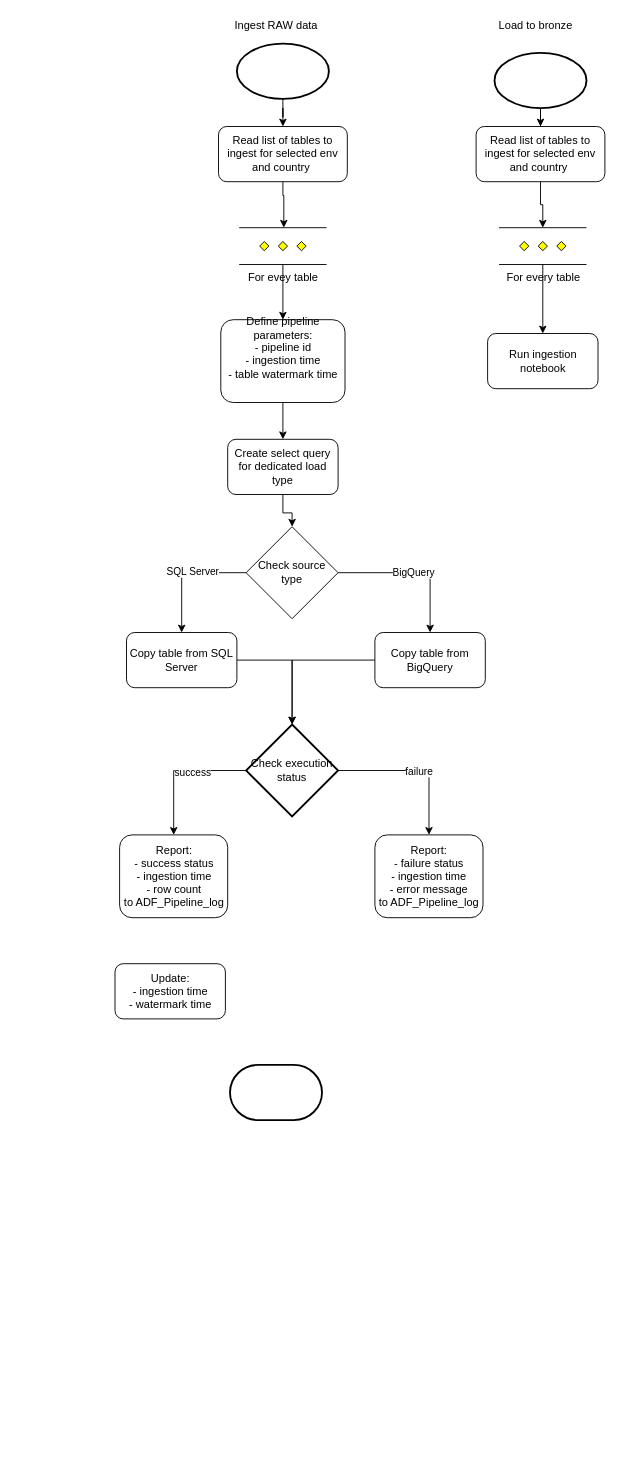
Above: ADF.drawio in norbitek/drawio (draw.io), before the change. Source tidied: cells renumbered, new cells numbered last; positions are measured from the earlier drawing's top-left corner, leaving out a move shared by most shapes. Both pictures are drawn from the tidied source at 92%, with x=0, y=0 at pixel (115, 16).
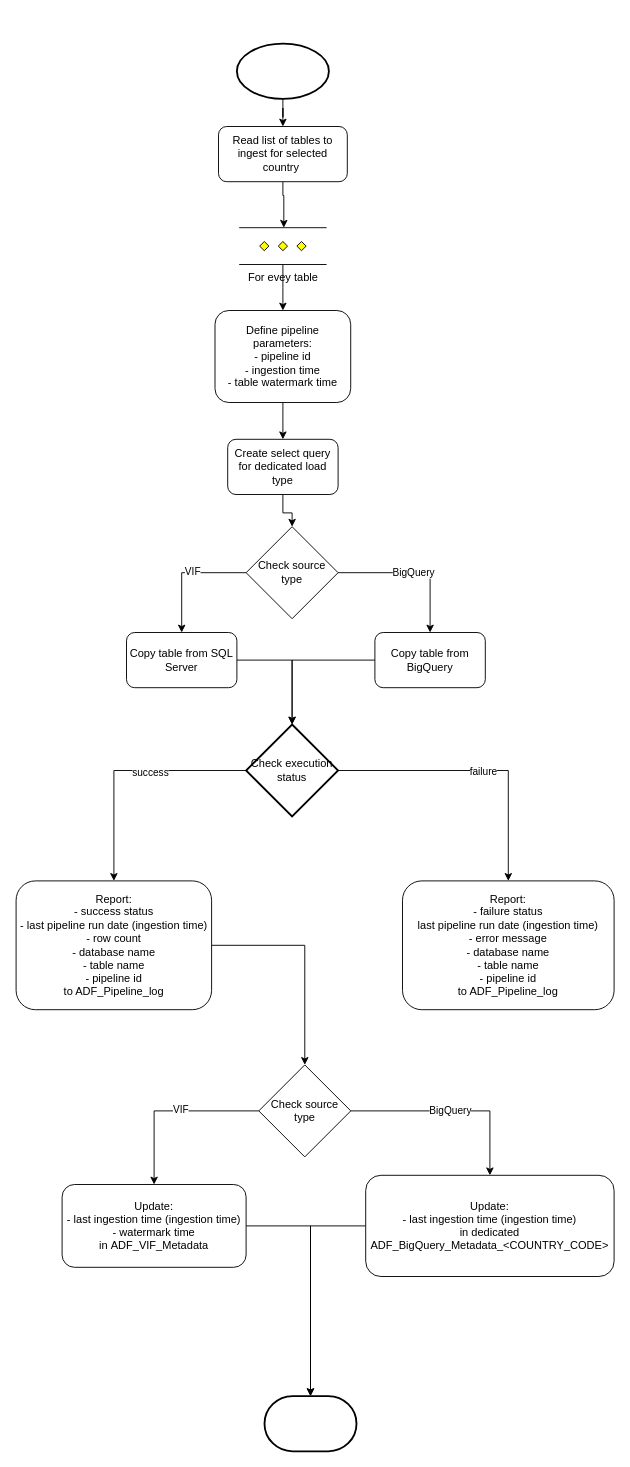
After the change.

Unchanged cells that the change refers to:
```xml
<mxCell id="10" style="edgeStyle=orthogonalEdgeStyle;rounded=0;jettySize=auto;html=1;" parent="1" edge="1" source="14" target="7">
  <mxGeometry relative="1" as="geometry" />
</mxCell>
```

Change to the diagram source:
```diff
@@
-    <mxCell id="3" value="Read list of tables to ingest for selected env and country&amp;nbsp;" style="rounded=1;whiteSpace=wrap;html=1;fontSize=12;glass=0;strokeWidth=1;shadow=0;" parent="1" vertex="1">
+    <mxCell id="3" value="Read list of tables to ingest for selected country&amp;nbsp;" style="rounded=1;whiteSpace=wrap;html=1;fontSize=12;glass=0;strokeWidth=1;shadow=0;" parent="1" vertex="1">
       <mxGeometry x="112" y="120" width="140" height="60" as="geometry" />
     </mxCell>
@@
-    <mxCell id="5" value="Define pipeline parameters:&lt;div&gt;- pipeline id&lt;/div&gt;&lt;div&gt;- ingestion time&lt;/div&gt;&lt;div&gt;- table watermark time&lt;/div&gt;&lt;div&gt;&lt;br&gt;&lt;div&gt;&lt;br&gt;&lt;/div&gt;&lt;/div&gt;" style="rounded=1;whiteSpace=wrap;html=1;" parent="1" vertex="1">
-      <mxGeometry x="114.5" y="330" width="135" height="90" as="geometry" />
+    <mxCell id="5" value="Define pipeline parameters:&lt;div&gt;- pipeline id&lt;/div&gt;&lt;div&gt;- ingestion time&lt;/div&gt;&lt;div&gt;- table watermark time&lt;/div&gt;" style="rounded=1;whiteSpace=wrap;html=1;verticalAlign=middle;" parent="1" vertex="1">
+      <mxGeometry x="108.2" y="320" width="147.5" height="100" as="geometry" />
     </mxCell>
@@
-    <mxCell id="11" value="SQL Server" style="edgeLabel;html=1;align=center;verticalAlign=middle;" parent="10" vertex="1">
+    <mxCell id="11" value="VIF" style="edgeLabel;html=1;align=center;verticalAlign=middle;" parent="10" vertex="1">
       <mxGeometry x="-0.12" y="-2" relative="1" as="geometry" />
     </mxCell>
@@
+    <mxCell id="39" style="edgeStyle=orthogonalEdgeStyle;rounded=0;jettySize=auto;html=1;" parent="1" edge="1" source="22" target="45">
+      <mxGeometry relative="1" as="geometry" />
+    </mxCell>
-    <mxCell id="22" value="Report:&lt;div&gt;- success status&lt;/div&gt;&lt;div&gt;- ingestion time&lt;/div&gt;&lt;div&gt;- row count&lt;/div&gt;&lt;div&gt;&lt;span style=&quot;background-color: initial;&quot;&gt;to ADF_Pipeline_log&lt;/span&gt;&lt;/div&gt;" style="rounded=1;whiteSpace=wrap;html=1;" parent="1" vertex="1">
-      <mxGeometry x="4.5" y="890" width="117.5" height="90" as="geometry" />
+    <mxCell id="22" value="Report:&lt;div&gt;- success status&lt;/div&gt;&lt;div&gt;- last pipeline run date (ingestion time)&lt;/div&gt;&lt;div&gt;- row count&lt;/div&gt;&lt;div&gt;- database name&lt;/div&gt;&lt;div&gt;- table name&lt;/div&gt;&lt;div&gt;- pipeline id&lt;/div&gt;&lt;div&gt;&lt;span style=&quot;background-color: initial;&quot;&gt;to ADF_Pipeline_log&lt;/span&gt;&lt;/div&gt;" style="rounded=1;whiteSpace=wrap;html=1;" parent="1" vertex="1">
+      <mxGeometry x="-108" y="940" width="212.5" height="140" as="geometry" />
     </mxCell>
-    <mxCell id="23" value="Ingest RAW data" style="text;html=1;align=center;verticalAlign=middle;whiteSpace=wrap;rounded=0;" parent="1" vertex="1">
-      <mxGeometry x="119.5" width="110" height="20" as="geometry" />
-    </mxCell>
@@
-    <mxCell id="26" value="Load to bronze" style="text;html=1;align=center;verticalAlign=middle;whiteSpace=wrap;rounded=0;" parent="1" vertex="1">
-      <mxGeometry x="402" width="110" height="20" as="geometry" />
-    </mxCell>
-    <mxCell id="27" style="edgeStyle=orthogonalEdgeStyle;rounded=0;jettySize=auto;html=1;" parent="1" edge="1" source="28" target="29">
-      <mxGeometry relative="1" as="geometry" />
-    </mxCell>
-    <mxCell id="28" style="strokeWidth=2;html=1;shape=mxgraph.flowchart.start_1;whiteSpace=wrap;" parent="1" vertex="1">
-      <mxGeometry x="412" y="40" width="100" height="60" as="geometry" />
-    </mxCell>
-    <mxCell id="29" value="Read list of tables to ingest for selected env and country&amp;nbsp;" style="rounded=1;whiteSpace=wrap;html=1;fontSize=12;glass=0;strokeWidth=1;shadow=0;" parent="1" vertex="1">
-      <mxGeometry x="392" y="120" width="140" height="60" as="geometry" />
-    </mxCell>
@@
     <mxCell id="32" style="strokeWidth=2;html=1;shape=mxgraph.flowchart.terminator;whiteSpace=wrap;" parent="1" vertex="1">
-      <mxGeometry x="124.5" y="1140" width="100" height="60" as="geometry" />
+      <mxGeometry x="162" y="1500" width="100" height="60" as="geometry" />
     </mxCell>
-    <mxCell id="33" style="edgeStyle=orthogonalEdgeStyle;rounded=0;jettySize=auto;html=1;" parent="1" edge="1" source="34" target="35">
-      <mxGeometry relative="1" as="geometry" />
-    </mxCell>
-    <mxCell id="34" value="For every table" style="verticalLabelPosition=bottom;verticalAlign=top;html=1;shape=mxgraph.flowchart.parallel_mode;" parent="1" vertex="1">
-      <mxGeometry x="417" y="230" width="95" height="40" as="geometry" />
-    </mxCell>
-    <mxCell id="35" value="Run ingestion notebook" style="rounded=1;whiteSpace=wrap;html=1;" parent="1" vertex="1">
-      <mxGeometry x="404.5" y="345" width="120" height="60" as="geometry" />
-    </mxCell>
-    <mxCell id="36" style="edgeStyle=orthogonalEdgeStyle;rounded=0;jettySize=auto;html=1;" parent="1" edge="1" source="29" target="34">
-      <mxGeometry relative="1" as="geometry" />
-    </mxCell>
-    <mxCell id="37" value="Report:&lt;div&gt;- failure status&lt;/div&gt;&lt;div&gt;- ingestion time&lt;/div&gt;&lt;div&gt;- error message&lt;/div&gt;&lt;div&gt;&lt;span style=&quot;background-color: initial;&quot;&gt;to ADF_Pipeline_log&lt;/span&gt;&lt;/div&gt;" style="rounded=1;whiteSpace=wrap;html=1;" parent="1" vertex="1">
-      <mxGeometry x="282" y="890" width="117.5" height="90" as="geometry" />
+    <mxCell id="37" value="Report:&lt;div&gt;- failure status&lt;/div&gt;&lt;div&gt;last pipeline run date (ingestion time)&lt;/div&gt;&lt;div&gt;- error message&lt;/div&gt;&lt;div&gt;&lt;div&gt;- database name&lt;/div&gt;&lt;div&gt;- table name&lt;/div&gt;&lt;div&gt;- pipeline id&lt;/div&gt;&lt;/div&gt;&lt;div&gt;&lt;span style=&quot;background-color: initial;&quot;&gt;to ADF_Pipeline_log&lt;/span&gt;&lt;/div&gt;" style="rounded=1;whiteSpace=wrap;html=1;" parent="1" vertex="1">
+      <mxGeometry x="312" y="940" width="230" height="140" as="geometry" />
     </mxCell>
+    <mxCell id="40" style="edgeStyle=orthogonalEdgeStyle;rounded=0;jettySize=auto;html=1;" parent="1" edge="1" source="38" target="32">
+      <mxGeometry relative="1" as="geometry" />
+    </mxCell>
-    <mxCell id="38" value="Update:&lt;div&gt;- ingestion time&lt;/div&gt;&lt;div&gt;- watermark time&lt;/div&gt;" style="rounded=1;whiteSpace=wrap;html=1;" parent="1" vertex="1">
-      <mxGeometry x="-0.5" y="1030" width="120" height="60" as="geometry" />
+    <mxCell id="38" value="Update:&lt;div&gt;-&amp;nbsp;&lt;span style=&quot;background-color: initial;&quot;&gt;last ingestion time (&lt;/span&gt;&lt;span style=&quot;background-color: initial;&quot;&gt;ingestion time)&lt;/span&gt;&lt;/div&gt;&lt;div&gt;- watermark time&lt;/div&gt;&lt;div&gt;in&amp;nbsp;ADF_VIF_Metadata&lt;/div&gt;" style="rounded=1;whiteSpace=wrap;html=1;" parent="1" vertex="1">
+      <mxGeometry x="-58" y="1270" width="200" height="90" as="geometry" />
     </mxCell>
+    <mxCell id="41" style="edgeStyle=orthogonalEdgeStyle;rounded=0;jettySize=auto;html=1;" parent="1" edge="1" source="45" target="38">
+      <mxGeometry relative="1" as="geometry" />
+    </mxCell>
+    <mxCell id="42" value="VIF" style="edgeLabel;html=1;align=center;verticalAlign=middle;" parent="41" vertex="1">
+      <mxGeometry x="-0.12" y="-2" relative="1" as="geometry" />
+    </mxCell>
+    <mxCell id="43" style="edgeStyle=orthogonalEdgeStyle;rounded=0;jettySize=auto;html=1;" parent="1" edge="1" source="45" target="47">
+      <mxGeometry relative="1" as="geometry" />
+    </mxCell>
+    <mxCell id="44" value="BigQuery" style="edgeLabel;html=1;align=center;verticalAlign=middle;" parent="43" vertex="1">
+      <mxGeometry x="-0.02" y="1" relative="1" as="geometry" />
+    </mxCell>
+    <mxCell id="45" value="Check source type" style="rhombus;whiteSpace=wrap;html=1;" parent="1" vertex="1">
+      <mxGeometry x="155.8" y="1140" width="100" height="100" as="geometry" />
+    </mxCell>
+    <mxCell id="46" style="edgeStyle=orthogonalEdgeStyle;rounded=0;jettySize=auto;html=1;" parent="1" edge="1" source="47" target="32">
+      <mxGeometry relative="1" as="geometry" />
+    </mxCell>
+    <mxCell id="47" value="Update:&lt;div&gt;- last ingestion time (ingestion time)&lt;/div&gt;&lt;div&gt;in dedicated ADF_BigQuery_Metadata_&amp;lt;COUNTRY_CODE&amp;gt;&lt;/div&gt;" style="rounded=1;whiteSpace=wrap;html=1;" parent="1" vertex="1">
+      <mxGeometry x="272" y="1260" width="270" height="110" as="geometry" />
+    </mxCell>
```
